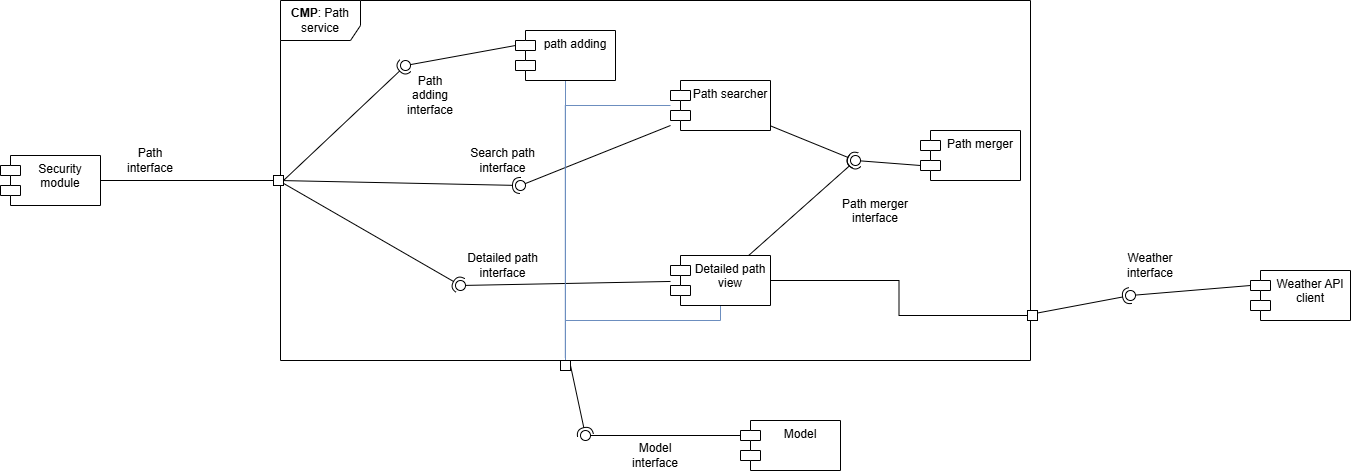
Earlier version of the draw.io export DD/LaTeXCode/images/componentDiagrams/Component_diagram-path_detailed_view.drawio.png (jacopobellosi/Bellosi-Montanelli-Tempobono). Source tidied: cells renumbered, new cells last; positions are measured from the earlier drawing's top-left corner, leaving out a move shared by most shapes.
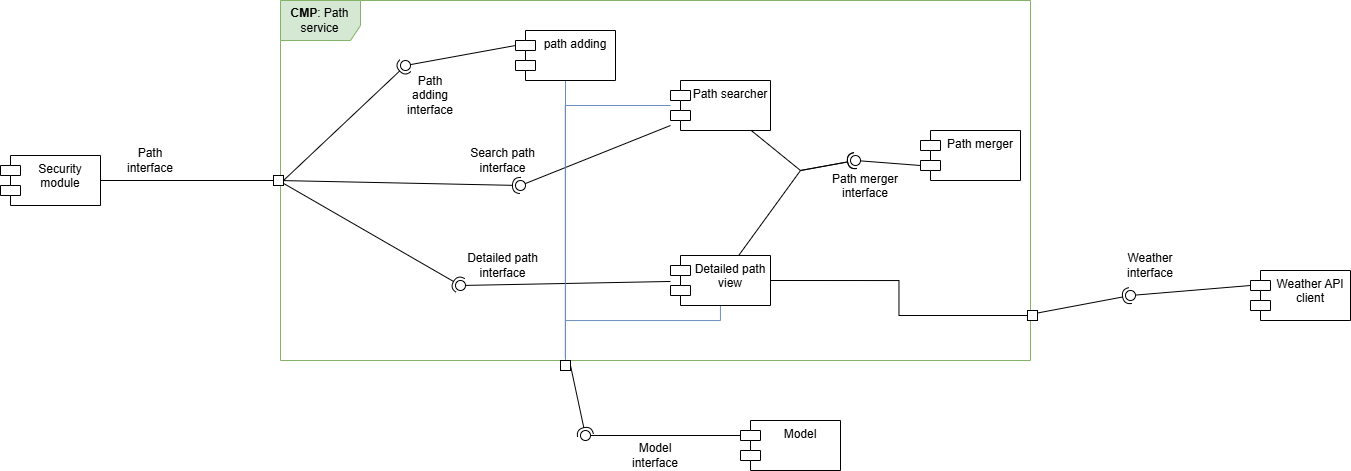
After the commit.

What changed in the source:
```diff
@@ -2,7 +2,7 @@
   <root>
     <mxCell id="0" />
     <mxCell id="1" parent="0" />
-    <mxCell id="2" value="&lt;b&gt;CMP&lt;/b&gt;: Path service" style="shape=umlFrame;whiteSpace=wrap;html=1;width=80;height=40;" parent="1" vertex="1">
+    <mxCell id="2" value="&lt;b&gt;CMP&lt;/b&gt;: Path service" style="shape=umlFrame;whiteSpace=wrap;html=1;width=80;height=40;fillColor=#d5e8d4;strokeColor=#82b366;" parent="1" vertex="1">
       <mxGeometry x="280" width="750" height="360" as="geometry" />
     </mxCell>
     <mxCell id="3" style="edgeStyle=orthogonalEdgeStyle;rounded=0;jettySize=auto;html=1;entryX=0.5;entryY=0;entryDx=0;entryDy=0;endArrow=none;endFill=0;fillColor=#dae8fc;strokeColor=#6c8ebf;" parent="1" edge="1" source="4" target="28">
@@ -59,7 +59,11 @@
       <mxGeometry x="515" y="180" width="10" height="10" as="geometry" />
     </mxCell>
     <mxCell id="19" style="rounded=0;jettySize=auto;html=1;endArrow=halfCircle;endFill=0;endSize=6;strokeWidth=1;sketch=0;" parent="1" edge="1" source="5" target="21">
-      <mxGeometry relative="1" as="geometry" />
+      <mxGeometry relative="1" as="geometry">
+        <Array as="points">
+          <mxPoint x="800" y="170" />
+        </Array>
+      </mxGeometry>
     </mxCell>
     <mxCell id="20" style="rounded=0;jettySize=auto;html=1;endArrow=oval;endFill=0;sketch=0;sourcePerimeterSpacing=0;targetPerimeterSpacing=0;endSize=10;exitX=0;exitY=0;exitDx=0;exitDy=35;exitPerimeter=0;" parent="1" edge="1" source="8" target="21">
       <mxGeometry relative="1" as="geometry" />
@@ -80,7 +84,11 @@
       <mxGeometry x="455" y="280" width="10" height="10" as="geometry" />
     </mxCell>
     <mxCell id="26" style="rounded=0;jettySize=auto;html=1;endArrow=halfCircle;endFill=0;endSize=6;strokeWidth=1;sketch=0;fillColor=#ffe6cc;strokeColor=#000000;entryX=0.1;entryY=0.176;entryDx=0;entryDy=0;entryPerimeter=0;" parent="1" edge="1" source="7" target="21">
-      <mxGeometry relative="1" as="geometry" />
+      <mxGeometry relative="1" as="geometry">
+        <Array as="points">
+          <mxPoint x="800" y="170" />
+        </Array>
+      </mxGeometry>
     </mxCell>
     <mxCell id="27" style="ellipse;whiteSpace=wrap;html=1;align=center;fillColor=none;strokeColor=none;perimeter=centerPerimeter;" parent="1" vertex="1">
       <mxGeometry x="715" y="240" width="10" height="10" as="geometry" />
@@ -134,7 +142,7 @@
       <mxGeometry x="465" y="250" width="75" height="30" as="geometry" />
     </mxCell>
     <mxCell id="44" value="&lt;div style=&quot;text-align: center;&quot;&gt;Path merger&lt;br&gt;interface&lt;/div&gt;" style="text;whiteSpace=wrap;html=1;" parent="1" vertex="1">
-      <mxGeometry x="840" y="190" width="80" height="40" as="geometry" />
+      <mxGeometry x="830" y="165" width="80" height="40" as="geometry" />
     </mxCell>
     <mxCell id="45" value="Model&lt;br&gt;interface" style="text;html=1;whiteSpace=wrap;strokeColor=none;fillColor=none;align=center;verticalAlign=middle;rounded=0;" parent="1" vertex="1">
       <mxGeometry x="625" y="440" width="60" height="30" as="geometry" />
```
